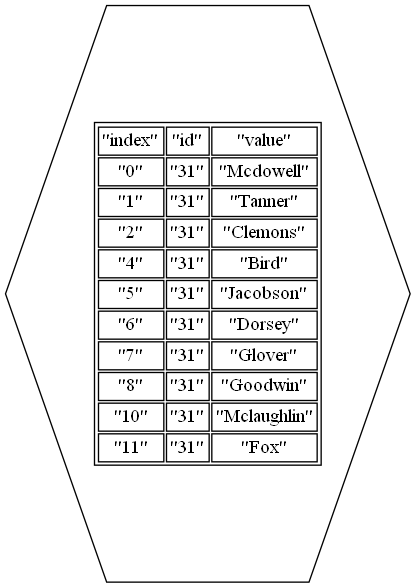
Before: CARRITO.png, a diagram exported from Graphviz (betebetoven/EDDS2F2). Its source is kept beside it as CARRITO.dot.
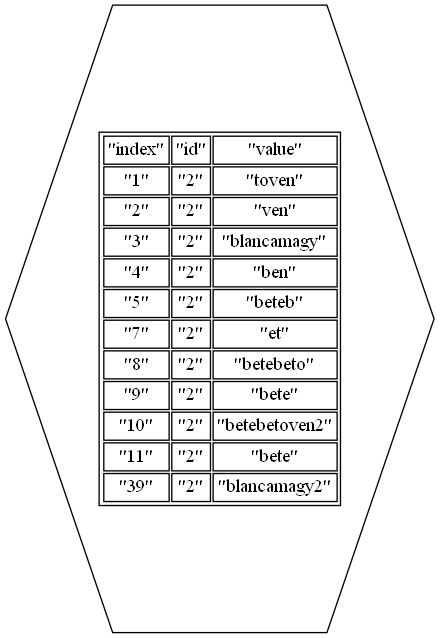
The same file after the commit.

The edit, as a diff of the source:
```diff
@@ -6,43 +6,47 @@
 <TD >"id"</TD>
 <TD >"value"</TD>
 </TR><TR>
-<TD >"0"</TD>
-<TD >"31"</TD>
-<TD >"Mcdowell"</TD>
-</TR><TR>
 <TD >"1"</TD>
-<TD >"31"</TD>
-<TD >"Tanner"</TD>
+<TD >"2"</TD>
+<TD >"toven"</TD>
 </TR><TR>
 <TD >"2"</TD>
-<TD >"31"</TD>
-<TD >"Clemons"</TD>
+<TD >"2"</TD>
+<TD >"ven"</TD>
+</TR><TR>
+<TD >"3"</TD>
+<TD >"2"</TD>
+<TD >"blancamagy"</TD>
 </TR><TR>
 <TD >"4"</TD>
-<TD >"31"</TD>
-<TD >"Bird"</TD>
+<TD >"2"</TD>
+<TD >"ben"</TD>
 </TR><TR>
 <TD >"5"</TD>
-<TD >"31"</TD>
-<TD >"Jacobson"</TD>
-</TR><TR>
-<TD >"6"</TD>
-<TD >"31"</TD>
-<TD >"Dorsey"</TD>
+<TD >"2"</TD>
+<TD >"beteb"</TD>
 </TR><TR>
 <TD >"7"</TD>
-<TD >"31"</TD>
-<TD >"Glover"</TD>
+<TD >"2"</TD>
+<TD >"et"</TD>
 </TR><TR>
 <TD >"8"</TD>
-<TD >"31"</TD>
-<TD >"Goodwin"</TD>
+<TD >"2"</TD>
+<TD >"betebeto"</TD>
+</TR><TR>
+<TD >"9"</TD>
+<TD >"2"</TD>
+<TD >"bete"</TD>
 </TR><TR>
 <TD >"10"</TD>
-<TD >"31"</TD>
-<TD >"Mclaughlin"</TD>
+<TD >"2"</TD>
+<TD >"betebetoven2"</TD>
 </TR><TR>
 <TD >"11"</TD>
-<TD >"31"</TD>
-<TD >"Fox"</TD>
+<TD >"2"</TD>
+<TD >"bete"</TD>
+</TR><TR>
+<TD >"39"</TD>
+<TD >"2"</TD>
+<TD >"blancamagy2"</TD>
 </TR></TABLE>>];}
```
